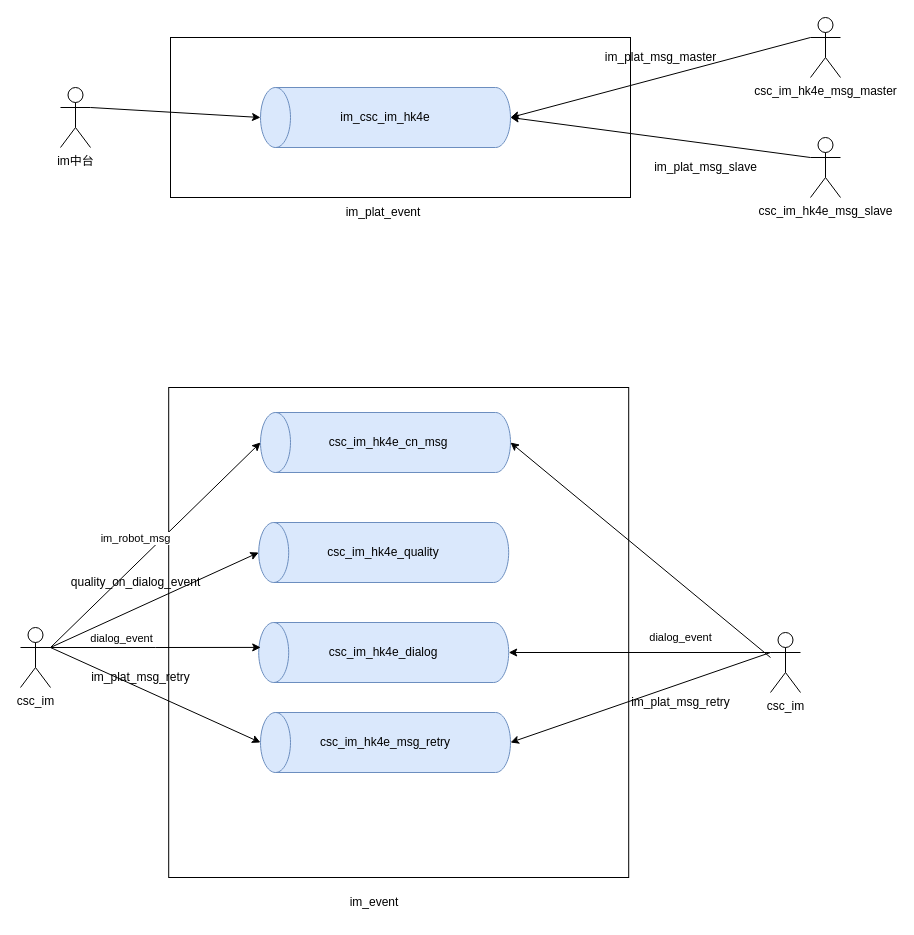
Above: page "第 2 页" (2 of 5) of 流程设计.drawio in zengcrvip/basedemo (draw.io), before the change. Source tidied: cells renumbered, new cells numbered last; positions are measured from the earlier drawing's top-left corner, leaving out a move shared by most shapes. Both pictures are drawn from the tidied source at 100%, with x=0, y=0 at pixel (20, -8).
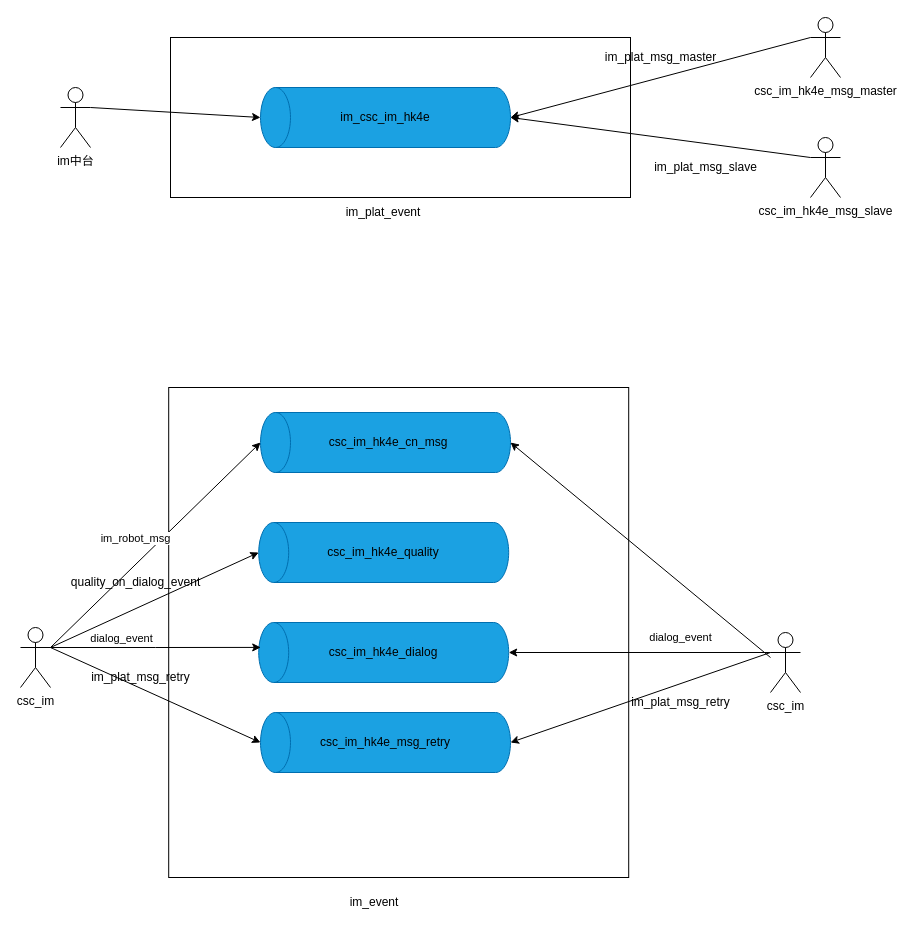
The same diagram, later.

Commit message:
更新流程设计.drawio

The edit, as a diff of the source:
```diff
@@
-    <mxCell id="3" style="shape=cylinder3;whiteSpace=wrap;html=1;boundedLbl=1;backgroundOutline=1;size=15;rotation=-90;fillColor=#dae8fc;strokeColor=#6c8ebf;" parent="1" vertex="1">
+    <mxCell id="3" style="shape=cylinder3;whiteSpace=wrap;html=1;boundedLbl=1;backgroundOutline=1;size=15;rotation=-90;fillColor=#1ba1e2;strokeColor=#006EAF;fontColor=#ffffff;" parent="1" vertex="1">
       <mxGeometry x="335" width="60" height="250" as="geometry" />
     </mxCell>
@@
-    <mxCell id="10" style="shape=cylinder3;whiteSpace=wrap;html=1;boundedLbl=1;backgroundOutline=1;size=15;rotation=-90;fillColor=#dae8fc;strokeColor=#6c8ebf;" parent="1" vertex="1">
+    <mxCell id="10" style="shape=cylinder3;whiteSpace=wrap;html=1;boundedLbl=1;backgroundOutline=1;size=15;rotation=-90;fillColor=#1ba1e2;strokeColor=#006EAF;fontColor=#ffffff;" parent="1" vertex="1">
       <mxGeometry x="333.2" y="435" width="60" height="250" as="geometry" />
     </mxCell>
@@
-    <mxCell id="14" style="shape=cylinder3;whiteSpace=wrap;html=1;boundedLbl=1;backgroundOutline=1;size=15;rotation=-90;fillColor=#dae8fc;strokeColor=#6c8ebf;" parent="1" vertex="1">
+    <mxCell id="14" style="shape=cylinder3;whiteSpace=wrap;html=1;boundedLbl=1;backgroundOutline=1;size=15;rotation=-90;fillColor=#1ba1e2;strokeColor=#006EAF;fontColor=#ffffff;" parent="1" vertex="1">
       <mxGeometry x="333.2" y="535" width="60" height="250" as="geometry" />
     </mxCell>
@@
-    <mxCell id="28" style="shape=cylinder3;whiteSpace=wrap;html=1;boundedLbl=1;backgroundOutline=1;size=15;rotation=-90;fillColor=#dae8fc;strokeColor=#6c8ebf;" parent="1" vertex="1">
+    <mxCell id="28" style="shape=cylinder3;whiteSpace=wrap;html=1;boundedLbl=1;backgroundOutline=1;size=15;rotation=-90;fillColor=#1ba1e2;strokeColor=#006EAF;fontColor=#ffffff;" parent="1" vertex="1">
       <mxGeometry x="335" y="625" width="60" height="250" as="geometry" />
     </mxCell>
@@
-    <mxCell id="36" style="shape=cylinder3;whiteSpace=wrap;html=1;boundedLbl=1;backgroundOutline=1;size=15;rotation=-90;fillColor=#dae8fc;strokeColor=#6c8ebf;" parent="1" vertex="1">
+    <mxCell id="36" style="shape=cylinder3;whiteSpace=wrap;html=1;boundedLbl=1;backgroundOutline=1;size=15;rotation=-90;fillColor=#1ba1e2;strokeColor=#006EAF;fontColor=#ffffff;" parent="1" vertex="1">
       <mxGeometry x="335" y="325" width="60" height="250" as="geometry" />
     </mxCell>
```
